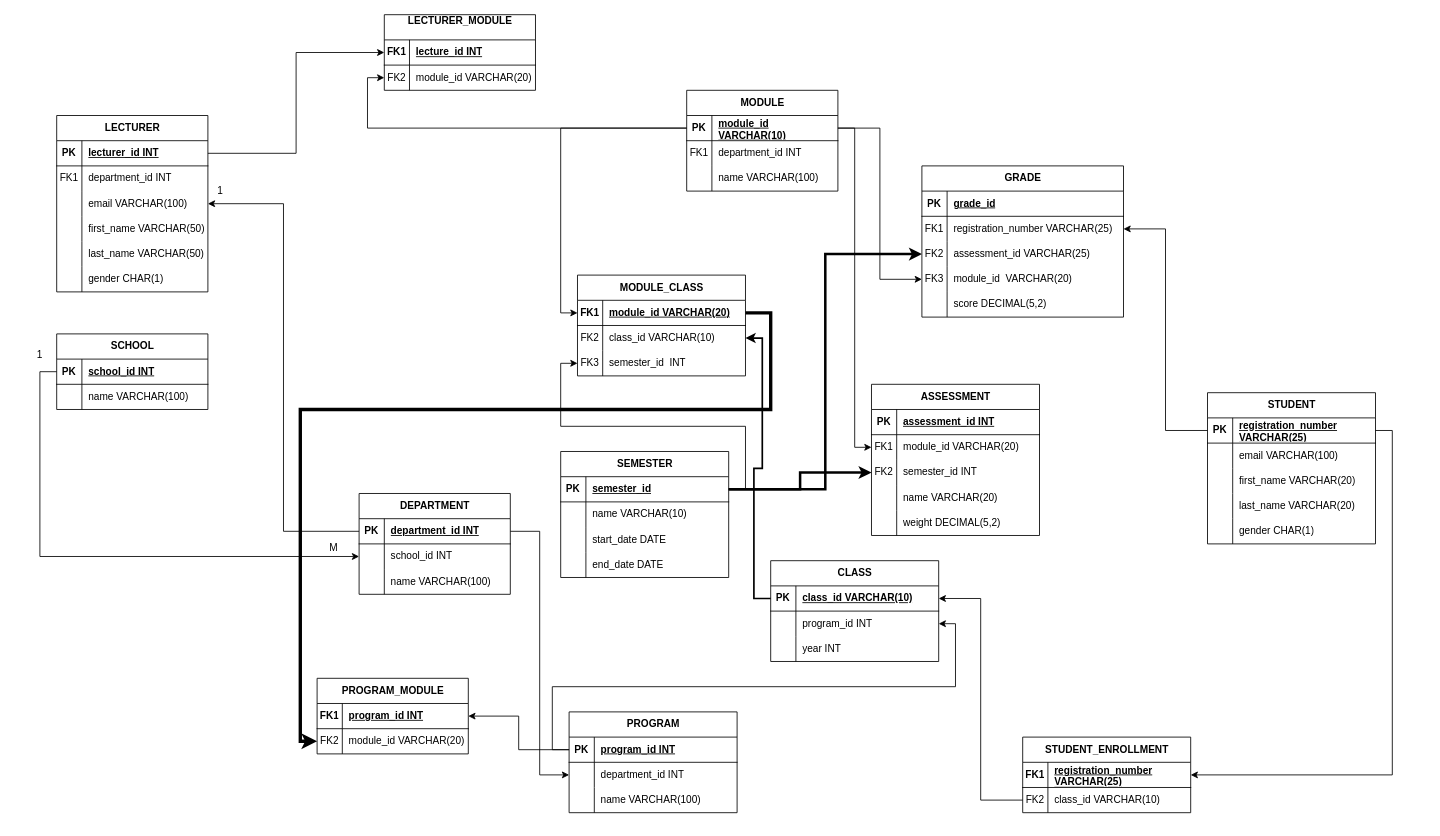
Keirontheprogrammer/WEB-Assignment keeps this draw.io diagram as drawio.drawio. Above is the earlier version. Source tidied: cells renumbered, new cells numbered last; positions are measured from the earlier drawing's top-left corner, leaving out a move shared by most shapes. Both pictures are drawn from the tidied source at 84%, with x=0, y=0 at pixel (14, 14).
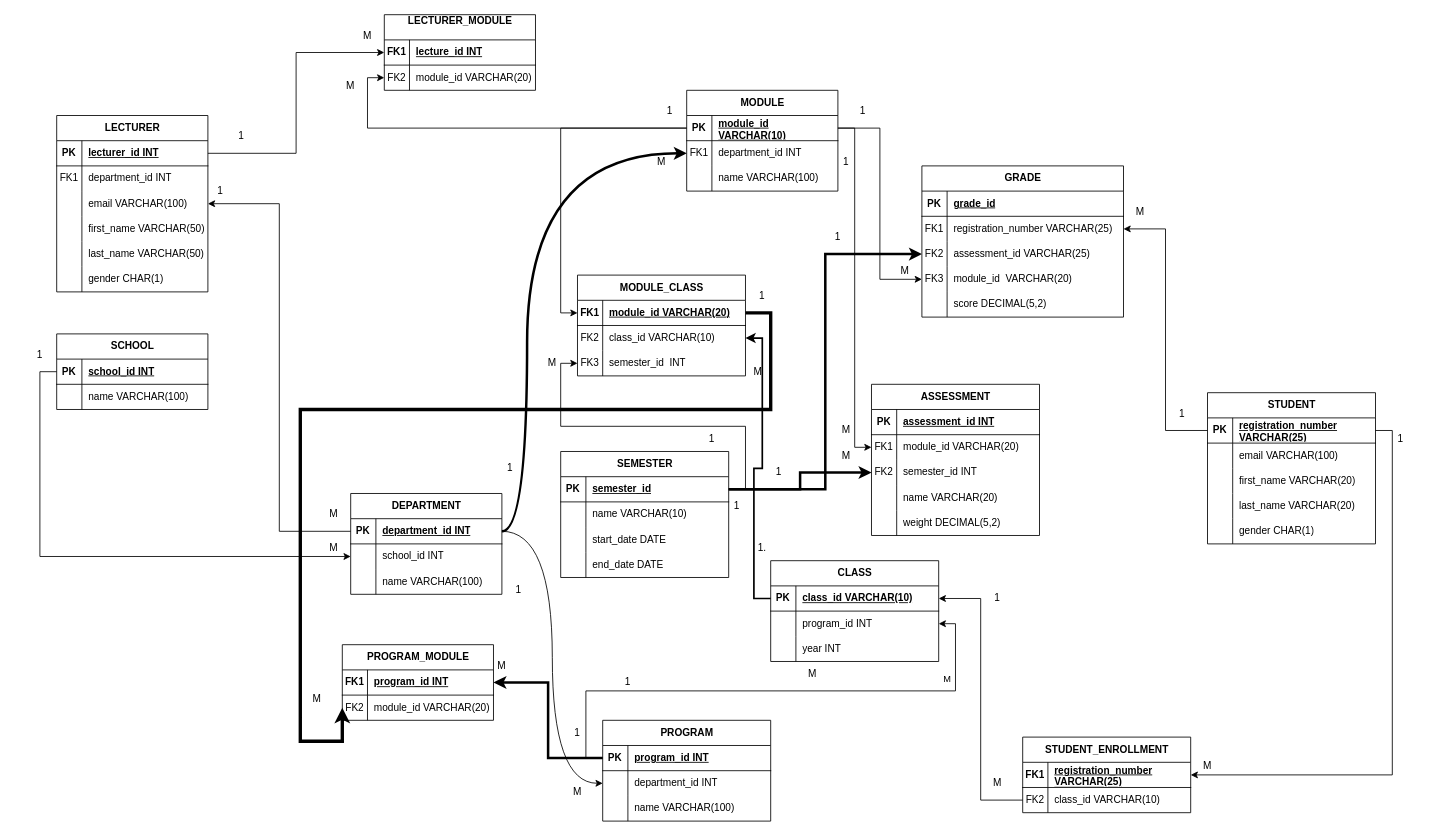
Above is the later version.

The change refers to these unchanged cells:
```xml
<mxCell id="29" style="shape=tableRow;horizontal=0;startSize=0;swimlaneHead=0;swimlaneBody=0;fillColor=none;points=[[0,0.5],[1,0.5]];portConstraint=eastwest;top=0;left=0;right=0;bottom=1;" parent="28" vertex="1">
  <mxGeometry y="30" width="180" height="30" as="geometry" />
</mxCell>
<mxCell id="42" style="shape=tableRow;horizontal=0;startSize=0;swimlaneHead=0;swimlaneBody=0;fillColor=none;points=[[0,0.5],[1,0.5]];portConstraint=eastwest;top=0;left=0;right=0;bottom=0;" parent="38" vertex="1">
  <mxGeometry y="60" width="180" height="30" as="geometry" />
</mxCell>
<mxCell id="134" style="shape=tableRow;horizontal=0;startSize=0;swimlaneHead=0;swimlaneBody=0;fillColor=none;points=[[0,0.5],[1,0.5]];portConstraint=eastwest;top=0;left=0;right=0;bottom=1;" parent="133" vertex="1">
  <mxGeometry y="30" width="200" height="30" as="geometry" />
</mxCell>
<mxCell id="137" style="shape=tableRow;horizontal=0;startSize=0;swimlaneHead=0;swimlaneBody=0;fillColor=none;points=[[0,0.5],[1,0.5]];portConstraint=eastwest;top=0;left=0;right=0;bottom=0;" parent="133" vertex="1">
  <mxGeometry y="60" width="200" height="30" as="geometry" />
</mxCell>
<mxCell id="155" style="edgeStyle=orthogonalEdgeStyle;rounded=0;jettySize=auto;html=1;exitX=0;exitY=0.5;exitDx=0;exitDy=0;entryX=1;entryY=0.5;entryDx=0;entryDy=0;" parent="1" edge="1" source="134" target="147">
  <mxGeometry relative="1" as="geometry" />
</mxCell>
<mxCell id="170" style="shape=tableRow;horizontal=0;startSize=0;swimlaneHead=0;swimlaneBody=0;fillColor=none;points=[[0,0.5],[1,0.5]];portConstraint=eastwest;top=0;left=0;right=0;bottom=1;" parent="169" vertex="1">
  <mxGeometry y="30" width="180" height="30" as="geometry" />
</mxCell>
```

The edit, as a diff of the source:
```diff
@@
     <mxCell id="28" value="DEPARTMENT" style="shape=table;startSize=30;childLayout=tableLayout;rowLines=0;fontStyle=1;align=center;html=1;" parent="1" vertex="1">
-      <mxGeometry x="410" y="570" width="180" height="120" as="geometry" />
+      <mxGeometry x="400" y="570" width="180" height="120" as="geometry" />
     </mxCell>
@@
     <mxCell id="133" value="PROGRAM" style="shape=table;startSize=30;childLayout=tableLayout;rowLines=0;fontStyle=1;align=center;html=1;" parent="1" vertex="1">
-      <mxGeometry x="660" y="830" width="200" height="120" as="geometry" />
+      <mxGeometry x="700" y="840" width="200" height="120" as="geometry" />
     </mxCell>
@@
+    <mxCell id="181" value="M" style="edgeLabel;html=1;align=center;verticalAlign=middle;" parent="155" vertex="1">
+      <mxGeometry x="0.46" y="6" relative="1" as="geometry">
+        <mxPoint x="62" y="-9" as="offset" />
+      </mxGeometry>
+    </mxCell>
@@
-    <mxCell id="157" style="edgeStyle=orthogonalEdgeStyle;rounded=0;jettySize=auto;html=1;exitX=1;exitY=0.5;exitDx=0;exitDy=0;entryX=0;entryY=0.5;entryDx=0;entryDy=0;" parent="1" edge="1" source="29" target="137">
+    <mxCell id="157" style="edgeStyle=orthogonalEdgeStyle;rounded=0;jettySize=auto;html=1;exitX=1;exitY=0.5;exitDx=0;exitDy=0;entryX=0;entryY=0.5;entryDx=0;entryDy=0;curved=1;" parent="1" edge="1" source="29" target="137">
       <mxGeometry relative="1" as="geometry" />
     </mxCell>
@@
     <mxCell id="169" value="PROGRAM_MODULE" style="shape=table;startSize=30;childLayout=tableLayout;rowLines=0;fontStyle=1;align=center;html=1;" parent="1" vertex="1">
-      <mxGeometry x="360" y="790" width="180" height="90" as="geometry" />
+      <mxGeometry x="390" y="750" width="180" height="90" as="geometry" />
     </mxCell>
@@
-    <mxCell id="176" style="edgeStyle=orthogonalEdgeStyle;rounded=0;jettySize=auto;html=1;exitX=0;exitY=0.5;exitDx=0;exitDy=0;entryX=1;entryY=0.5;entryDx=0;entryDy=0;" parent="1" edge="1" source="134" target="170">
+    <mxCell id="176" style="edgeStyle=orthogonalEdgeStyle;rounded=0;jettySize=auto;html=1;exitX=0;exitY=0.5;exitDx=0;exitDy=0;entryX=1;entryY=0.5;entryDx=0;entryDy=0;strokeWidth=3;" parent="1" edge="1" source="134" target="170">
       <mxGeometry relative="1" as="geometry" />
     </mxCell>
@@
+    <mxCell id="182" value="M" style="text;html=1;whiteSpace=wrap;strokeColor=none;fillColor=none;align=center;verticalAlign=middle;rounded=0;" parent="1" vertex="1">
+      <mxGeometry x="350" y="580" width="60" height="30" as="geometry" />
+    </mxCell>
+    <mxCell id="183" value="1" style="text;html=1;whiteSpace=wrap;strokeColor=none;fillColor=none;align=center;verticalAlign=middle;rounded=0;" parent="1" vertex="1">
+      <mxGeometry x="240" y="130" width="60" height="30" as="geometry" />
+    </mxCell>
+    <mxCell id="184" value="M" style="text;html=1;whiteSpace=wrap;strokeColor=none;fillColor=none;align=center;verticalAlign=middle;rounded=0;" parent="1" vertex="1">
+      <mxGeometry x="390" y="10" width="60" height="30" as="geometry" />
+    </mxCell>
+    <mxCell id="185" value="M" style="text;html=1;whiteSpace=wrap;strokeColor=none;fillColor=none;align=center;verticalAlign=middle;rounded=0;" parent="1" vertex="1">
+      <mxGeometry x="370" y="70" width="60" height="30" as="geometry" />
+    </mxCell>
+    <mxCell id="186" value="1" style="text;html=1;whiteSpace=wrap;strokeColor=none;fillColor=none;align=center;verticalAlign=middle;rounded=0;" parent="1" vertex="1">
+      <mxGeometry x="750" y="100" width="60" height="30" as="geometry" />
+    </mxCell>
+    <mxCell id="187" style="edgeStyle=orthogonalEdgeStyle;rounded=0;jettySize=auto;html=1;exitX=1;exitY=0.5;exitDx=0;exitDy=0;entryX=0;entryY=0.5;entryDx=0;entryDy=0;strokeWidth=3;curved=1;" parent="1" edge="1" source="29" target="42">
+      <mxGeometry relative="1" as="geometry">
+        <Array as="points">
+          <mxPoint x="610" y="615" />
+          <mxPoint x="610" y="165" />
+        </Array>
+      </mxGeometry>
+    </mxCell>
+    <mxCell id="188" value="1" style="text;html=1;whiteSpace=wrap;strokeColor=none;fillColor=none;align=center;verticalAlign=middle;rounded=0;" parent="1" vertex="1">
+      <mxGeometry x="560" y="525" width="60" height="30" as="geometry" />
+    </mxCell>
+    <mxCell id="189" value="M" style="text;html=1;whiteSpace=wrap;strokeColor=none;fillColor=none;align=center;verticalAlign=middle;rounded=0;" parent="1" vertex="1">
+      <mxGeometry x="740" y="160" width="60" height="30" as="geometry" />
+    </mxCell>
+    <mxCell id="190" value="1" style="text;html=1;whiteSpace=wrap;strokeColor=none;fillColor=none;align=center;verticalAlign=middle;rounded=0;" parent="1" vertex="1">
+      <mxGeometry x="570" y="670" width="60" height="30" as="geometry" />
+    </mxCell>
+    <mxCell id="191" value="M" style="text;html=1;whiteSpace=wrap;strokeColor=none;fillColor=none;align=center;verticalAlign=middle;rounded=0;" parent="1" vertex="1">
+      <mxGeometry x="640" y="910" width="60" height="30" as="geometry" />
+    </mxCell>
+    <mxCell id="192" value="1" style="text;html=1;whiteSpace=wrap;strokeColor=none;fillColor=none;align=center;verticalAlign=middle;rounded=0;" parent="1" vertex="1">
+      <mxGeometry x="640" y="840" width="60" height="30" as="geometry" />
+    </mxCell>
+    <mxCell id="193" value="M" style="text;html=1;whiteSpace=wrap;strokeColor=none;fillColor=none;align=center;verticalAlign=middle;rounded=0;" parent="1" vertex="1">
+      <mxGeometry x="550" y="760" width="60" height="30" as="geometry" />
+    </mxCell>
+    <mxCell id="194" value="M" style="text;html=1;whiteSpace=wrap;strokeColor=none;fillColor=none;align=center;verticalAlign=middle;rounded=0;" parent="1" vertex="1">
+      <mxGeometry x="330" y="800" width="60" height="30" as="geometry" />
+    </mxCell>
+    <mxCell id="195" value="1" style="text;html=1;whiteSpace=wrap;strokeColor=none;fillColor=none;align=center;verticalAlign=middle;rounded=0;" parent="1" vertex="1">
+      <mxGeometry x="860" y="320" width="60" height="30" as="geometry" />
+    </mxCell>
+    <mxCell id="196" value="M" style="text;html=1;whiteSpace=wrap;strokeColor=none;fillColor=none;align=center;verticalAlign=middle;rounded=0;" parent="1" vertex="1">
+      <mxGeometry x="610" y="400" width="60" height="30" as="geometry" />
+    </mxCell>
+    <mxCell id="197" value="1" style="text;html=1;whiteSpace=wrap;strokeColor=none;fillColor=none;align=center;verticalAlign=middle;rounded=0;" parent="1" vertex="1">
+      <mxGeometry x="800" y="490" width="60" height="30" as="geometry" />
+    </mxCell>
+    <mxCell id="198" value="1." style="text;html=1;whiteSpace=wrap;strokeColor=none;fillColor=none;align=center;verticalAlign=middle;rounded=0;" parent="1" vertex="1">
+      <mxGeometry x="860" y="620" width="60" height="30" as="geometry" />
+    </mxCell>
+    <mxCell id="199" value="M" style="text;html=1;whiteSpace=wrap;strokeColor=none;fillColor=none;align=center;verticalAlign=middle;rounded=0;" parent="1" vertex="1">
+      <mxGeometry x="870" y="390" width="30" height="70" as="geometry" />
+    </mxCell>
+    <mxCell id="200" value="M" style="text;html=1;whiteSpace=wrap;strokeColor=none;fillColor=none;align=center;verticalAlign=middle;rounded=0;" parent="1" vertex="1">
+      <mxGeometry x="920" y="770" width="60" height="30" as="geometry" />
+    </mxCell>
+    <mxCell id="201" value="1" style="text;html=1;whiteSpace=wrap;strokeColor=none;fillColor=none;align=center;verticalAlign=middle;rounded=0;" parent="1" vertex="1">
+      <mxGeometry x="700" y="780" width="60" height="30" as="geometry" />
+    </mxCell>
+    <mxCell id="202" value="M" style="text;html=1;whiteSpace=wrap;strokeColor=none;fillColor=none;align=center;verticalAlign=middle;rounded=0;" parent="1" vertex="1">
+      <mxGeometry x="1140" y="900" width="60" height="30" as="geometry" />
+    </mxCell>
+    <mxCell id="203" value="1" style="text;html=1;whiteSpace=wrap;strokeColor=none;fillColor=none;align=center;verticalAlign=middle;rounded=0;" parent="1" vertex="1">
+      <mxGeometry x="1140" y="680" width="60" height="30" as="geometry" />
+    </mxCell>
+    <mxCell id="204" value="M" style="text;html=1;whiteSpace=wrap;strokeColor=none;fillColor=none;align=center;verticalAlign=middle;rounded=0;" parent="1" vertex="1">
+      <mxGeometry x="1390" y="880" width="60" height="30" as="geometry" />
+    </mxCell>
+    <mxCell id="205" value="1" style="text;html=1;whiteSpace=wrap;strokeColor=none;fillColor=none;align=center;verticalAlign=middle;rounded=0;" parent="1" vertex="1">
+      <mxGeometry x="1620" y="490" width="60" height="30" as="geometry" />
+    </mxCell>
+    <mxCell id="206" value="1" style="text;html=1;whiteSpace=wrap;strokeColor=none;fillColor=none;align=center;verticalAlign=middle;rounded=0;" parent="1" vertex="1">
+      <mxGeometry x="1360" y="460" width="60" height="30" as="geometry" />
+    </mxCell>
+    <mxCell id="207" value="M" style="text;html=1;whiteSpace=wrap;strokeColor=none;fillColor=none;align=center;verticalAlign=middle;rounded=0;" parent="1" vertex="1">
+      <mxGeometry x="1310" y="220" width="60" height="30" as="geometry" />
+    </mxCell>
+    <mxCell id="208" value="1" style="text;html=1;whiteSpace=wrap;strokeColor=none;fillColor=none;align=center;verticalAlign=middle;rounded=0;" parent="1" vertex="1">
+      <mxGeometry x="980" y="100" width="60" height="30" as="geometry" />
+    </mxCell>
+    <mxCell id="209" value="M" style="text;html=1;whiteSpace=wrap;strokeColor=none;fillColor=none;align=center;verticalAlign=middle;rounded=0;" parent="1" vertex="1">
+      <mxGeometry x="1030" y="290" width="60" height="30" as="geometry" />
+    </mxCell>
+    <mxCell id="210" value="1" style="text;html=1;whiteSpace=wrap;strokeColor=none;fillColor=none;align=center;verticalAlign=middle;rounded=0;" parent="1" vertex="1">
+      <mxGeometry x="960" y="160" width="60" height="30" as="geometry" />
+    </mxCell>
+    <mxCell id="211" value="M" style="text;html=1;whiteSpace=wrap;strokeColor=none;fillColor=none;align=center;verticalAlign=middle;rounded=0;" parent="1" vertex="1">
+      <mxGeometry x="960" y="480" width="60" height="30" as="geometry" />
+    </mxCell>
+    <mxCell id="212" value="1" style="text;html=1;whiteSpace=wrap;strokeColor=none;fillColor=none;align=center;verticalAlign=middle;rounded=0;" parent="1" vertex="1">
+      <mxGeometry x="830" y="570" width="60" height="30" as="geometry" />
+    </mxCell>
+    <mxCell id="213" value="M" style="text;html=1;whiteSpace=wrap;strokeColor=none;fillColor=none;align=center;verticalAlign=middle;rounded=0;" parent="1" vertex="1">
+      <mxGeometry x="960" y="510" width="60" height="30" as="geometry" />
+    </mxCell>
+    <mxCell id="214" value="1" style="text;html=1;whiteSpace=wrap;strokeColor=none;fillColor=none;align=center;verticalAlign=middle;rounded=0;" parent="1" vertex="1">
+      <mxGeometry x="880" y="530" width="60" height="30" as="geometry" />
+    </mxCell>
+    <mxCell id="215" value="1" style="text;html=1;whiteSpace=wrap;strokeColor=none;fillColor=none;align=center;verticalAlign=middle;rounded=0;" parent="1" vertex="1">
+      <mxGeometry x="950" y="250" width="60" height="30" as="geometry" />
+    </mxCell>
```
